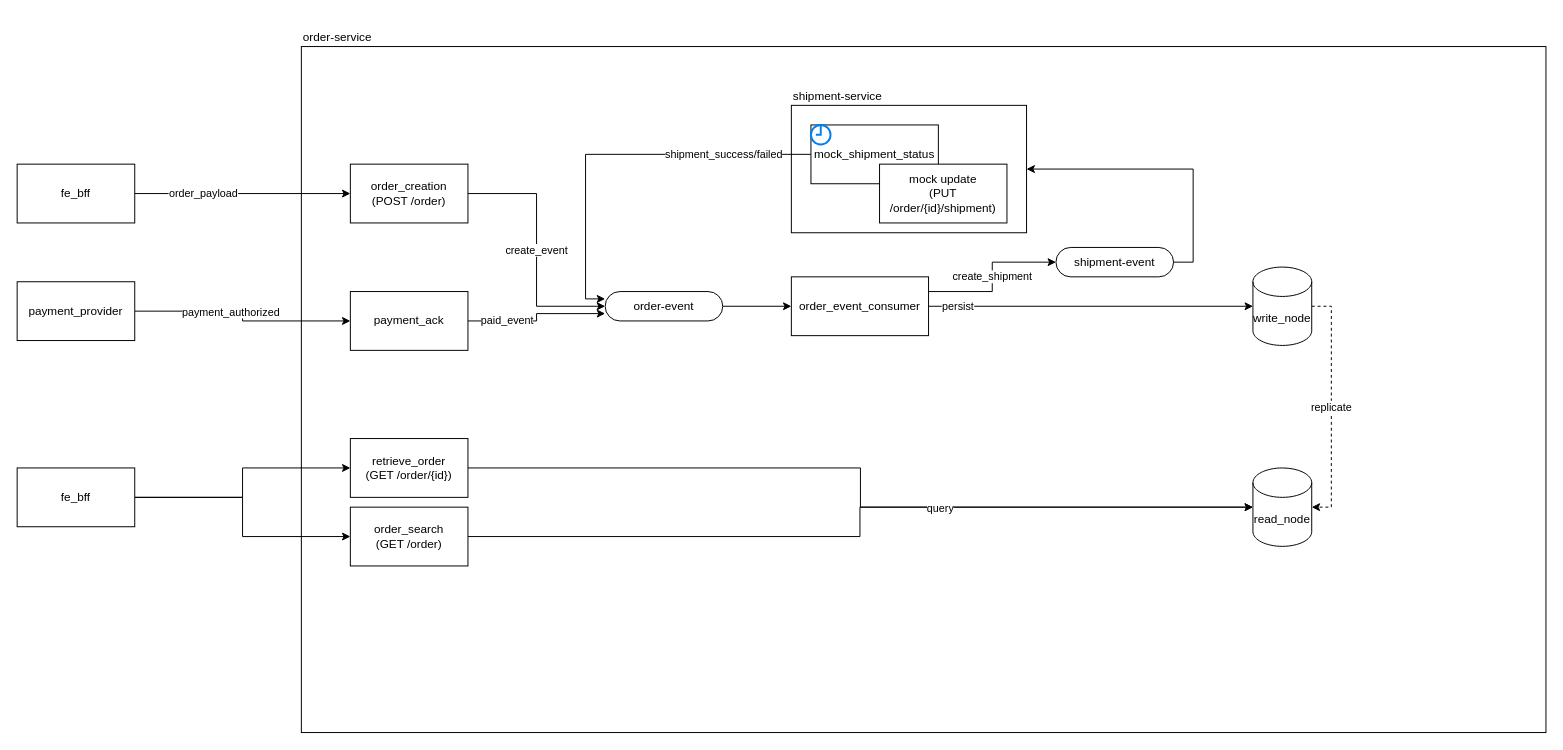
The draw.io diagram Requirements/high_level_diagram.drawio in thomas0306/mms-code-challenge, before the edit. Source tidied: cells renumbered, new cells numbered last; positions are measured from the earlier drawing's top-left corner, leaving out a move shared by most shapes. Both pictures are drawn from the tidied source at 98%, with x=0, y=0 at pixel (17, 17).
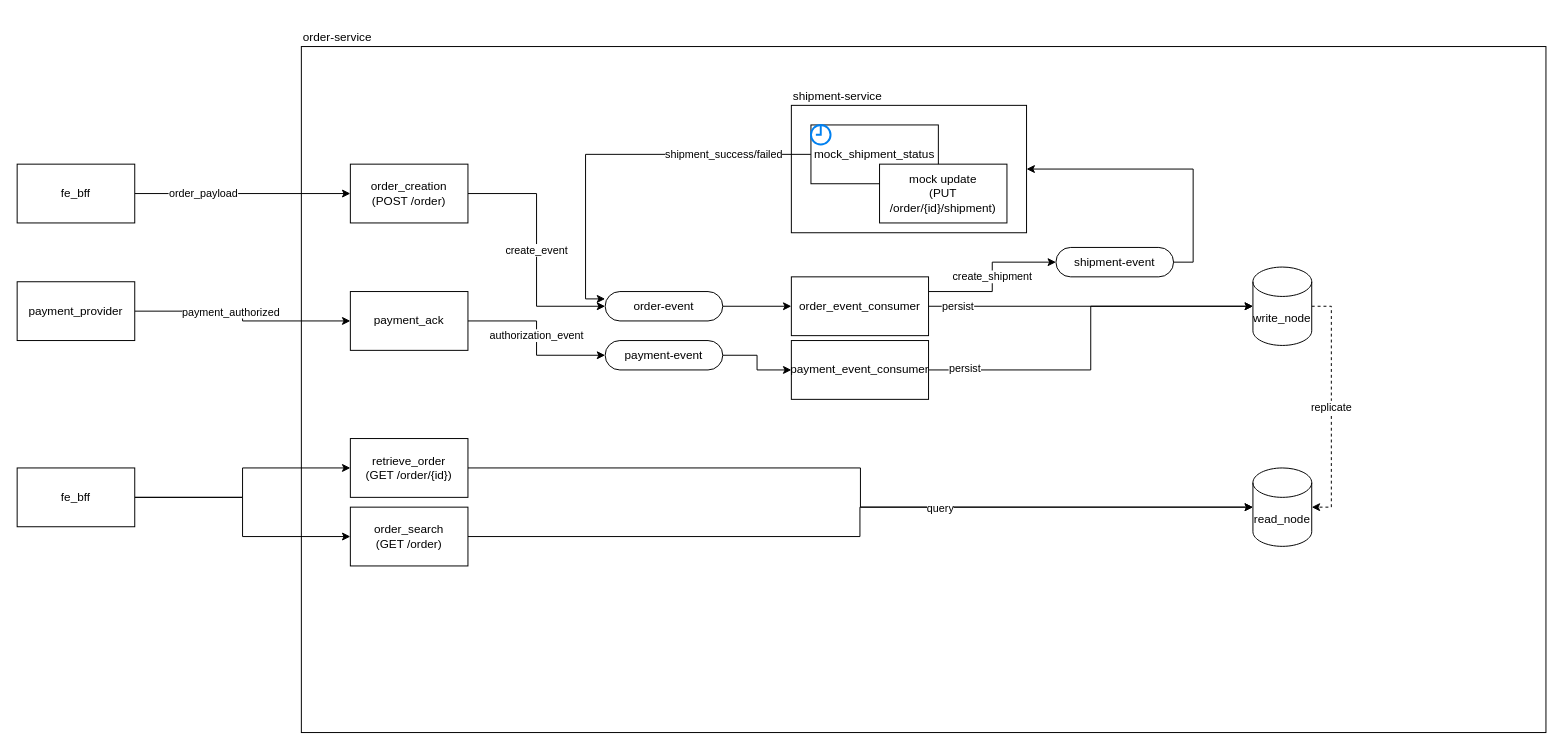
The same diagram, later.

Unchanged cells that the change refers to:
```xml
<mxCell id="10" value="order-event" style="rounded=1;whiteSpace=wrap;html=1;arcSize=50;" parent="1" vertex="1">
  <mxGeometry x="600" y="280" width="120" height="30" as="geometry" />
</mxCell>
<mxCell id="12" value="payment_ack" style="rounded=0;whiteSpace=wrap;html=1;" parent="1" vertex="1">
  <mxGeometry x="340" y="280" width="120" height="60" as="geometry" />
</mxCell>
<mxCell id="21" value="write_node" style="shape=cylinder3;whiteSpace=wrap;html=1;boundedLbl=1;backgroundOutline=1;size=15;" parent="1" vertex="1">
  <mxGeometry x="1261" y="255" width="60" height="80" as="geometry" />
</mxCell>
```

Diff of the diagram source:
```diff
@@
-    <mxCell id="11" value="paid_event" style="edgeStyle=orthogonalEdgeStyle;rounded=0;jettySize=auto;html=1;exitX=1;exitY=0.5;exitDx=0;exitDy=0;entryX=0;entryY=0.75;entryDx=0;entryDy=0;" parent="1" edge="1" source="12" target="10">
-      <mxGeometry x="-0.46" relative="1" as="geometry" />
+    <mxCell id="11" value="authorization_event" style="edgeStyle=orthogonalEdgeStyle;rounded=0;jettySize=auto;html=1;exitX=1;exitY=0.5;exitDx=0;exitDy=0;entryX=0;entryY=0.5;entryDx=0;entryDy=0;" parent="1" edge="1" source="12" target="39">
+      <mxGeometry x="-0.03" relative="1" as="geometry" />
     </mxCell>
@@
+    <mxCell id="38" style="edgeStyle=orthogonalEdgeStyle;rounded=0;jettySize=auto;html=1;exitX=1;exitY=0.5;exitDx=0;exitDy=0;" parent="1" edge="1" source="39" target="42">
+      <mxGeometry relative="1" as="geometry" />
+    </mxCell>
+    <mxCell id="39" value="payment-event" style="rounded=1;whiteSpace=wrap;html=1;arcSize=50;" parent="1" vertex="1">
+      <mxGeometry x="600" y="330" width="120" height="30" as="geometry" />
+    </mxCell>
+    <mxCell id="40" style="edgeStyle=orthogonalEdgeStyle;rounded=0;jettySize=auto;html=1;exitX=1;exitY=0.5;exitDx=0;exitDy=0;entryX=0;entryY=0.5;entryDx=0;entryDy=0;entryPerimeter=0;" parent="1" edge="1" source="42" target="21">
+      <mxGeometry relative="1" as="geometry" />
+    </mxCell>
+    <mxCell id="41" value="persist" style="edgeLabel;html=1;align=center;verticalAlign=middle;" parent="40" vertex="1">
+      <mxGeometry x="-0.82" y="2" relative="1" as="geometry" />
+    </mxCell>
+    <mxCell id="42" value="payment_event_consumer" style="rounded=0;whiteSpace=wrap;html=1;" parent="1" vertex="1">
+      <mxGeometry x="790" y="330" width="140" height="60" as="geometry" />
+    </mxCell>
```
